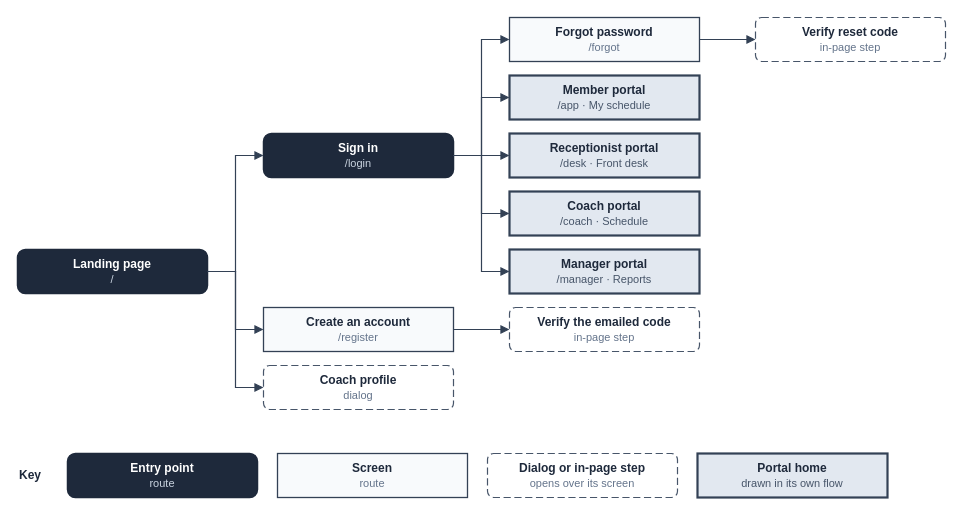
Earlier version of the draw.io diagram docs/diagrams/srs/24-sf-public.drawio (facingshootingstar/Arena3). Source tidied: cells renumbered, new cells numbered last; positions are measured from the earlier drawing's top-left corner, leaving out a move shared by most shapes. Both pictures are drawn from the tidied source at 100%, with x=0, y=0 at pixel (17, 17).
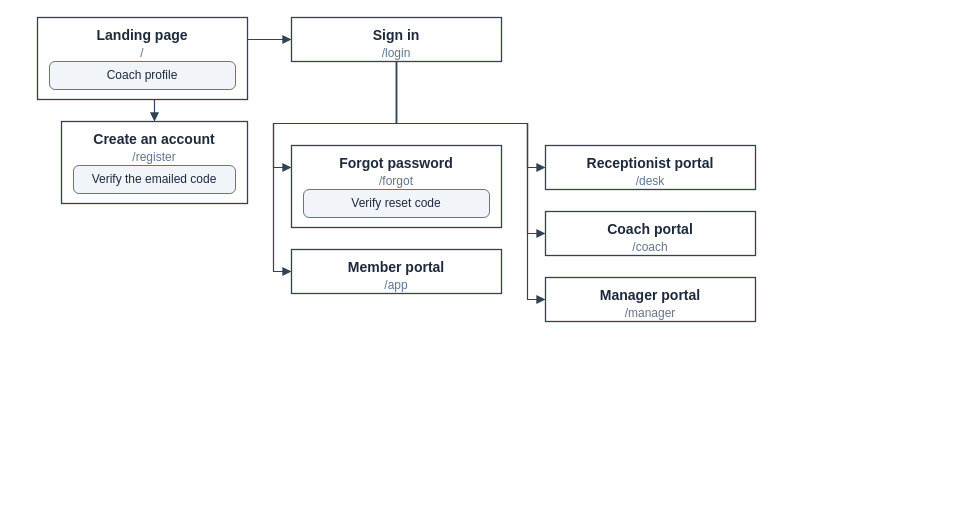
Above is the later version.

The edit, as a diff of the source:
```diff
@@
-    <mxCell id="2" value="&lt;b&gt;Landing page&lt;/b&gt;&lt;br&gt;&lt;font style=&quot;font-size:11px&quot; color=&quot;#cbd5e1&quot;&gt;/&lt;/font&gt;" style="rounded=1;arcSize=18;fillColor=#1e293b;strokeColor=#1e293b;strokeWidth=1.5;whiteSpace=wrap;html=1;fontFamily=Helvetica;fontSize=12;fontColor=#1e293b;fontColor=#ffffff;" parent="1" vertex="1">
-      <mxGeometry y="232" width="190" height="44" as="geometry" />
+    <mxCell id="2" value="&lt;b&gt;Landing page&lt;/b&gt;&lt;br&gt;&lt;font style=&quot;font-size:12px&quot; color=&quot;#64748b&quot;&gt;/&lt;/font&gt;" style="rounded=0;whiteSpace=wrap;html=1;verticalAlign=top;spacingTop=3;fillColor=#ffffff;strokeColor=#334155;strokeWidth=1.3;fontFamily=Helvetica;fontSize=14;fontColor=#1e293b;" parent="1" vertex="1">
+      <mxGeometry x="20" width="210" height="82" as="geometry" />
     </mxCell>
+    <mxCell id="28" value="Coach profile" style="rounded=1;arcSize=20;whiteSpace=wrap;html=1;fillColor=#f1f5f9;strokeColor=#64748b;strokeWidth=1;fontFamily=Helvetica;fontSize=12;fontColor=#1e293b;" parent="2" vertex="1">
+      <mxGeometry x="12" y="44" width="186" height="28" as="geometry" />
+    </mxCell>
+    <mxCell id="17" value="&lt;b&gt;Create an account&lt;/b&gt;&lt;br&gt;&lt;font style=&quot;font-size:12px&quot; color=&quot;#64748b&quot;&gt;/register&lt;/font&gt;" style="rounded=0;whiteSpace=wrap;html=1;verticalAlign=top;spacingTop=3;fillColor=#ffffff;strokeColor=#334155;strokeWidth=1.3;fontFamily=Helvetica;fontSize=14;fontColor=#1e293b;" parent="1" vertex="1">
+      <mxGeometry x="44" y="104" width="186" height="82" as="geometry" />
+    </mxCell>
+    <mxCell id="29" value="Verify the emailed code" style="rounded=1;arcSize=20;whiteSpace=wrap;html=1;fillColor=#f1f5f9;strokeColor=#64748b;strokeWidth=1;fontFamily=Helvetica;fontSize=12;fontColor=#1e293b;" parent="17" vertex="1">
+      <mxGeometry x="12" y="44" width="162" height="28" as="geometry" />
+    </mxCell>
+    <mxCell id="20" style="html=1;rounded=0;edgeStyle=none;endArrow=block;endFill=1;endSize=6;strokeColor=#334155;strokeWidth=1.2;exitX=0.5571;exitY=1.0000;exitDx=0;exitDy=0;exitPerimeter=0;entryX=0.5000;entryY=0.0000;entryDx=0;entryDy=0;entryPerimeter=0;" parent="1" edge="1" source="2" target="17">
+      <mxGeometry relative="1" as="geometry" />
+    </mxCell>
-    <mxCell id="3" value="&lt;b&gt;Sign in&lt;/b&gt;&lt;br&gt;&lt;font style=&quot;font-size:11px&quot; color=&quot;#cbd5e1&quot;&gt;/login&lt;/font&gt;" style="rounded=1;arcSize=18;fillColor=#1e293b;strokeColor=#1e293b;strokeWidth=1.5;whiteSpace=wrap;html=1;fontFamily=Helvetica;fontSize=12;fontColor=#1e293b;fontColor=#ffffff;" parent="1" vertex="1">
-      <mxGeometry x="246" y="116" width="190" height="44" as="geometry" />
+    <mxCell id="3" value="&lt;b&gt;Sign in&lt;/b&gt;&lt;br&gt;&lt;font style=&quot;font-size:12px&quot; color=&quot;#64748b&quot;&gt;/login&lt;/font&gt;" style="rounded=0;whiteSpace=wrap;html=1;verticalAlign=top;spacingTop=3;fillColor=#ffffff;strokeColor=#334155;strokeWidth=1.3;fontFamily=Helvetica;fontSize=14;fontColor=#1e293b;" parent="1" vertex="1">
+      <mxGeometry x="274" width="210" height="44" as="geometry" />
     </mxCell>
+    <mxCell id="16" style="html=1;rounded=0;edgeStyle=none;endArrow=block;endFill=1;endSize=6;strokeColor=#334155;strokeWidth=1.2;exitX=1.0000;exitY=0.2683;exitDx=0;exitDy=0;exitPerimeter=0;entryX=0.0000;entryY=0.5000;entryDx=0;entryDy=0;entryPerimeter=0;" parent="1" edge="1" source="2" target="3">
+      <mxGeometry relative="1" as="geometry" />
+    </mxCell>
-    <mxCell id="4" value="&lt;b&gt;Forgot password&lt;/b&gt;&lt;br&gt;&lt;font style=&quot;font-size:11px&quot; color=&quot;#64748b&quot;&gt;/forgot&lt;/font&gt;" style="rounded=0;fillColor=#f8fafc;strokeColor=#334155;strokeWidth=1.3;whiteSpace=wrap;html=1;fontFamily=Helvetica;fontSize=12;fontColor=#1e293b;" parent="1" vertex="1">
-      <mxGeometry x="492" width="190" height="44" as="geometry" />
+    <mxCell id="4" value="&lt;b&gt;Forgot password&lt;/b&gt;&lt;br&gt;&lt;font style=&quot;font-size:12px&quot; color=&quot;#64748b&quot;&gt;/forgot&lt;/font&gt;" style="rounded=0;whiteSpace=wrap;html=1;verticalAlign=top;spacingTop=3;fillColor=#ffffff;strokeColor=#334155;strokeWidth=1.3;fontFamily=Helvetica;fontSize=14;fontColor=#1e293b;" parent="1" vertex="1">
+      <mxGeometry x="274" y="128" width="210" height="82" as="geometry" />
     </mxCell>
-    <mxCell id="5" value="&lt;b&gt;Verify reset code&lt;/b&gt;&lt;br&gt;&lt;font style=&quot;font-size:11px&quot; color=&quot;#64748b&quot;&gt;in-page step&lt;/font&gt;" style="rounded=1;arcSize=14;dashed=1;dashPattern=6 3;fillColor=#ffffff;strokeColor=#475569;strokeWidth=1.2;whiteSpace=wrap;html=1;fontFamily=Helvetica;fontSize=12;fontColor=#1e293b;" parent="1" vertex="1">
-      <mxGeometry x="738" width="190" height="44" as="geometry" />
-    </mxCell>
-    <mxCell id="6" style="html=1;rounded=0;edgeStyle=none;endArrow=block;endFill=1;endSize=6;strokeColor=#334155;strokeWidth=1.2;exitX=1.0000;exitY=0.5000;exitDx=0;exitDy=0;exitPerimeter=0;entryX=0.0000;entryY=0.5000;entryDx=0;entryDy=0;entryPerimeter=0;" parent="1" edge="1" source="4" target="5">
-      <mxGeometry relative="1" as="geometry" />
-    </mxCell>
+    <mxCell id="30" value="Verify reset code" style="rounded=1;arcSize=20;whiteSpace=wrap;html=1;fillColor=#f1f5f9;strokeColor=#64748b;strokeWidth=1;fontFamily=Helvetica;fontSize=12;fontColor=#1e293b;" parent="4" vertex="1">
+      <mxGeometry x="12" y="44" width="186" height="28" as="geometry" />
+    </mxCell>
-    <mxCell id="7" style="html=1;rounded=0;edgeStyle=none;endArrow=block;endFill=1;endSize=6;strokeColor=#334155;strokeWidth=1.2;exitX=1.0000;exitY=0.5000;exitDx=0;exitDy=0;exitPerimeter=0;entryX=0.0000;entryY=0.5000;entryDx=0;entryDy=0;entryPerimeter=0;" parent="1" edge="1" source="3" target="4">
+    <mxCell id="7" style="html=1;rounded=0;edgeStyle=none;endArrow=block;endFill=1;endSize=6;strokeColor=#334155;strokeWidth=1.2;exitX=0.5000;exitY=1.0000;exitDx=0;exitDy=0;exitPerimeter=0;entryX=0.0000;entryY=0.2683;entryDx=0;entryDy=0;entryPerimeter=0;" parent="1" edge="1" source="3" target="4">
       <mxGeometry relative="1" as="geometry">
         <Array as="points">
-          <mxPoint x="464" y="138" />
-          <mxPoint x="464" y="22" />
+          <mxPoint x="379" y="106" />
+          <mxPoint x="256" y="106" />
+          <mxPoint x="256" y="150" />
         </Array>
       </mxGeometry>
     </mxCell>
-    <mxCell id="8" value="&lt;b&gt;Member portal&lt;/b&gt;&lt;br&gt;&lt;font style=&quot;font-size:11px&quot; color=&quot;#475569&quot;&gt;/app · My schedule&lt;/font&gt;" style="rounded=0;fillColor=#e2e8f0;strokeColor=#334155;strokeWidth=2.2;whiteSpace=wrap;html=1;fontFamily=Helvetica;fontSize=12;fontColor=#1e293b;" parent="1" vertex="1">
-      <mxGeometry x="492" y="58" width="190" height="44" as="geometry" />
-    </mxCell>
-    <mxCell id="9" style="html=1;rounded=0;edgeStyle=none;endArrow=block;endFill=1;endSize=6;strokeColor=#334155;strokeWidth=1.2;exitX=1.0000;exitY=0.5000;exitDx=0;exitDy=0;exitPerimeter=0;entryX=0.0000;entryY=0.5000;entryDx=0;entryDy=0;entryPerimeter=0;" parent="1" edge="1" source="3" target="8">
-      <mxGeometry relative="1" as="geometry">
-        <Array as="points">
-          <mxPoint x="464" y="138" />
-          <mxPoint x="464" y="80" />
-        </Array>
-      </mxGeometry>
-    </mxCell>
-    <mxCell id="10" value="&lt;b&gt;Receptionist portal&lt;/b&gt;&lt;br&gt;&lt;font style=&quot;font-size:11px&quot; color=&quot;#475569&quot;&gt;/desk · Front desk&lt;/font&gt;" style="rounded=0;fillColor=#e2e8f0;strokeColor=#334155;strokeWidth=2.2;whiteSpace=wrap;html=1;fontFamily=Helvetica;fontSize=12;fontColor=#1e293b;" parent="1" vertex="1">
-      <mxGeometry x="492" y="116" width="190" height="44" as="geometry" />
-    </mxCell>
-    <mxCell id="11" style="html=1;rounded=0;edgeStyle=none;endArrow=block;endFill=1;endSize=6;strokeColor=#334155;strokeWidth=1.2;exitX=1.0000;exitY=0.5000;exitDx=0;exitDy=0;exitPerimeter=0;entryX=0.0000;entryY=0.5000;entryDx=0;entryDy=0;entryPerimeter=0;" parent="1" edge="1" source="3" target="10">
-      <mxGeometry relative="1" as="geometry" />
-    </mxCell>
-    <mxCell id="12" value="&lt;b&gt;Coach portal&lt;/b&gt;&lt;br&gt;&lt;font style=&quot;font-size:11px&quot; color=&quot;#475569&quot;&gt;/coach · Schedule&lt;/font&gt;" style="rounded=0;fillColor=#e2e8f0;strokeColor=#334155;strokeWidth=2.2;whiteSpace=wrap;html=1;fontFamily=Helvetica;fontSize=12;fontColor=#1e293b;" parent="1" vertex="1">
-      <mxGeometry x="492" y="174" width="190" height="44" as="geometry" />
-    </mxCell>
-    <mxCell id="13" style="html=1;rounded=0;edgeStyle=none;endArrow=block;endFill=1;endSize=6;strokeColor=#334155;strokeWidth=1.2;exitX=1.0000;exitY=0.5000;exitDx=0;exitDy=0;exitPerimeter=0;entryX=0.0000;entryY=0.5000;entryDx=0;entryDy=0;entryPerimeter=0;" parent="1" edge="1" source="3" target="12">
-      <mxGeometry relative="1" as="geometry">
-        <Array as="points">
-          <mxPoint x="464" y="138" />
-          <mxPoint x="464" y="196" />
-        </Array>
-      </mxGeometry>
-    </mxCell>
-    <mxCell id="14" value="&lt;b&gt;Manager portal&lt;/b&gt;&lt;br&gt;&lt;font style=&quot;font-size:11px&quot; color=&quot;#475569&quot;&gt;/manager · Reports&lt;/font&gt;" style="rounded=0;fillColor=#e2e8f0;strokeColor=#334155;strokeWidth=2.2;whiteSpace=wrap;html=1;fontFamily=Helvetica;fontSize=12;fontColor=#1e293b;" parent="1" vertex="1">
-      <mxGeometry x="492" y="232" width="190" height="44" as="geometry" />
-    </mxCell>
-    <mxCell id="15" style="html=1;rounded=0;edgeStyle=none;endArrow=block;endFill=1;endSize=6;strokeColor=#334155;strokeWidth=1.2;exitX=1.0000;exitY=0.5000;exitDx=0;exitDy=0;exitPerimeter=0;entryX=0.0000;entryY=0.5000;entryDx=0;entryDy=0;entryPerimeter=0;" parent="1" edge="1" source="3" target="14">
-      <mxGeometry relative="1" as="geometry">
-        <Array as="points">
-          <mxPoint x="464" y="138" />
-          <mxPoint x="464" y="254" />
-        </Array>
-      </mxGeometry>
-    </mxCell>
-    <mxCell id="16" style="html=1;rounded=0;edgeStyle=none;endArrow=block;endFill=1;endSize=6;strokeColor=#334155;strokeWidth=1.2;exitX=1.0000;exitY=0.5000;exitDx=0;exitDy=0;exitPerimeter=0;entryX=0.0000;entryY=0.5000;entryDx=0;entryDy=0;entryPerimeter=0;" parent="1" edge="1" source="2" target="3">
-      <mxGeometry relative="1" as="geometry">
-        <Array as="points">
-          <mxPoint x="218" y="254" />
-          <mxPoint x="218" y="138" />
-        </Array>
-      </mxGeometry>
-    </mxCell>
-    <mxCell id="17" value="&lt;b&gt;Create an account&lt;/b&gt;&lt;br&gt;&lt;font style=&quot;font-size:11px&quot; color=&quot;#64748b&quot;&gt;/register&lt;/font&gt;" style="rounded=0;fillColor=#f8fafc;strokeColor=#334155;strokeWidth=1.3;whiteSpace=wrap;html=1;fontFamily=Helvetica;fontSize=12;fontColor=#1e293b;" parent="1" vertex="1">
-      <mxGeometry x="246" y="290" width="190" height="44" as="geometry" />
-    </mxCell>
-    <mxCell id="18" value="&lt;b&gt;Verify the emailed code&lt;/b&gt;&lt;br&gt;&lt;font style=&quot;font-size:11px&quot; color=&quot;#64748b&quot;&gt;in-page step&lt;/font&gt;" style="rounded=1;arcSize=14;dashed=1;dashPattern=6 3;fillColor=#ffffff;strokeColor=#475569;strokeWidth=1.2;whiteSpace=wrap;html=1;fontFamily=Helvetica;fontSize=12;fontColor=#1e293b;" parent="1" vertex="1">
-      <mxGeometry x="492" y="290" width="190" height="44" as="geometry" />
-    </mxCell>
-    <mxCell id="19" style="html=1;rounded=0;edgeStyle=none;endArrow=block;endFill=1;endSize=6;strokeColor=#334155;strokeWidth=1.2;exitX=1.0000;exitY=0.5000;exitDx=0;exitDy=0;exitPerimeter=0;entryX=0.0000;entryY=0.5000;entryDx=0;entryDy=0;entryPerimeter=0;" parent="1" edge="1" source="17" target="18">
-      <mxGeometry relative="1" as="geometry" />
-    </mxCell>
-    <mxCell id="20" style="html=1;rounded=0;edgeStyle=none;endArrow=block;endFill=1;endSize=6;strokeColor=#334155;strokeWidth=1.2;exitX=1.0000;exitY=0.5000;exitDx=0;exitDy=0;exitPerimeter=0;entryX=0.0000;entryY=0.5000;entryDx=0;entryDy=0;entryPerimeter=0;" parent="1" edge="1" source="2" target="17">
-      <mxGeometry relative="1" as="geometry">
-        <Array as="points">
-          <mxPoint x="218" y="254" />
-          <mxPoint x="218" y="312" />
-        </Array>
-      </mxGeometry>
-    </mxCell>
-    <mxCell id="21" value="&lt;b&gt;Coach profile&lt;/b&gt;&lt;br&gt;&lt;font style=&quot;font-size:11px&quot; color=&quot;#64748b&quot;&gt;dialog&lt;/font&gt;" style="rounded=1;arcSize=14;dashed=1;dashPattern=6 3;fillColor=#ffffff;strokeColor=#475569;strokeWidth=1.2;whiteSpace=wrap;html=1;fontFamily=Helvetica;fontSize=12;fontColor=#1e293b;" parent="1" vertex="1">
-      <mxGeometry x="246" y="348" width="190" height="44" as="geometry" />
-    </mxCell>
-    <mxCell id="22" style="html=1;rounded=0;edgeStyle=none;endArrow=block;endFill=1;endSize=6;strokeColor=#334155;strokeWidth=1.2;exitX=1.0000;exitY=0.5000;exitDx=0;exitDy=0;exitPerimeter=0;entryX=0.0000;entryY=0.5000;entryDx=0;entryDy=0;entryPerimeter=0;" parent="1" edge="1" source="2" target="21">
-      <mxGeometry relative="1" as="geometry">
-        <Array as="points">
-          <mxPoint x="218" y="254" />
-          <mxPoint x="218" y="370" />
-        </Array>
-      </mxGeometry>
-    </mxCell>
-    <mxCell id="23" value="Key" style="text;html=1;align=left;verticalAlign=middle;fontFamily=Helvetica;fontSize=12;fontColor=#1e293b;fontStyle=1;" parent="1" vertex="1">
-      <mxGeometry y="443" width="40" height="30" as="geometry" />
-    </mxCell>
-    <mxCell id="24" value="&lt;b&gt;Entry point&lt;/b&gt;&lt;br&gt;&lt;font style=&quot;font-size:11px&quot; color=&quot;#cbd5e1&quot;&gt;route&lt;/font&gt;" style="rounded=1;arcSize=18;fillColor=#1e293b;strokeColor=#1e293b;strokeWidth=1.5;whiteSpace=wrap;html=1;fontFamily=Helvetica;fontSize=12;fontColor=#1e293b;fontColor=#ffffff;" parent="1" vertex="1">
-      <mxGeometry x="50" y="436" width="190" height="44" as="geometry" />
-    </mxCell>
-    <mxCell id="25" value="&lt;b&gt;Screen&lt;/b&gt;&lt;br&gt;&lt;font style=&quot;font-size:11px&quot; color=&quot;#64748b&quot;&gt;route&lt;/font&gt;" style="rounded=0;fillColor=#f8fafc;strokeColor=#334155;strokeWidth=1.3;whiteSpace=wrap;html=1;fontFamily=Helvetica;fontSize=12;fontColor=#1e293b;" parent="1" vertex="1">
-      <mxGeometry x="260" y="436" width="190" height="44" as="geometry" />
-    </mxCell>
-    <mxCell id="26" value="&lt;b&gt;Dialog or in-page step&lt;/b&gt;&lt;br&gt;&lt;font style=&quot;font-size:11px&quot; color=&quot;#64748b&quot;&gt;opens over its screen&lt;/font&gt;" style="rounded=1;arcSize=14;dashed=1;dashPattern=6 3;fillColor=#ffffff;strokeColor=#475569;strokeWidth=1.2;whiteSpace=wrap;html=1;fontFamily=Helvetica;fontSize=12;fontColor=#1e293b;" parent="1" vertex="1">
-      <mxGeometry x="470" y="436" width="190" height="44" as="geometry" />
-    </mxCell>
-    <mxCell id="27" value="&lt;b&gt;Portal home&lt;/b&gt;&lt;br&gt;&lt;font style=&quot;font-size:11px&quot; color=&quot;#475569&quot;&gt;drawn in its own flow&lt;/font&gt;" style="rounded=0;fillColor=#e2e8f0;strokeColor=#334155;strokeWidth=2.2;whiteSpace=wrap;html=1;fontFamily=Helvetica;fontSize=12;fontColor=#1e293b;" parent="1" vertex="1">
-      <mxGeometry x="680" y="436" width="190" height="44" as="geometry" />
-    </mxCell>
+    <mxCell id="31" value="&lt;b&gt;Member portal&lt;/b&gt;&lt;br&gt;&lt;font style=&quot;font-size:12px&quot; color=&quot;#64748b&quot;&gt;/app&lt;/font&gt;" style="rounded=0;whiteSpace=wrap;html=1;verticalAlign=top;spacingTop=3;fillColor=#ffffff;strokeColor=#334155;strokeWidth=1.3;fontFamily=Helvetica;fontSize=14;fontColor=#1e293b;" parent="1" vertex="1">
+      <mxGeometry x="274" y="232" width="210" height="44" as="geometry" />
+    </mxCell>
+    <mxCell id="32" style="html=1;rounded=0;edgeStyle=none;endArrow=block;endFill=1;endSize=6;strokeColor=#334155;strokeWidth=1.2;exitX=0.5000;exitY=1.0000;exitDx=0;exitDy=0;exitPerimeter=0;entryX=0.0000;entryY=0.5000;entryDx=0;entryDy=0;entryPerimeter=0;" parent="1" edge="1" source="3" target="31">
+      <mxGeometry relative="1" as="geometry">
+        <Array as="points">
+          <mxPoint x="379" y="106" />
+          <mxPoint x="256" y="106" />
+          <mxPoint x="256" y="254" />
+        </Array>
+      </mxGeometry>
+    </mxCell>
+    <mxCell id="33" value="&lt;b&gt;Receptionist portal&lt;/b&gt;&lt;br&gt;&lt;font style=&quot;font-size:12px&quot; color=&quot;#64748b&quot;&gt;/desk&lt;/font&gt;" style="rounded=0;whiteSpace=wrap;html=1;verticalAlign=top;spacingTop=3;fillColor=#ffffff;strokeColor=#334155;strokeWidth=1.3;fontFamily=Helvetica;fontSize=14;fontColor=#1e293b;" parent="1" vertex="1">
+      <mxGeometry x="528" y="128" width="210" height="44" as="geometry" />
+    </mxCell>
+    <mxCell id="34" style="html=1;rounded=0;edgeStyle=none;endArrow=block;endFill=1;endSize=6;strokeColor=#334155;strokeWidth=1.2;exitX=0.5000;exitY=1.0000;exitDx=0;exitDy=0;exitPerimeter=0;entryX=0.0000;entryY=0.5000;entryDx=0;entryDy=0;entryPerimeter=0;" parent="1" edge="1" source="3" target="33">
+      <mxGeometry relative="1" as="geometry">
+        <Array as="points">
+          <mxPoint x="379" y="106" />
+          <mxPoint x="510" y="106" />
+          <mxPoint x="510" y="150" />
+        </Array>
+      </mxGeometry>
+    </mxCell>
+    <mxCell id="35" value="&lt;b&gt;Coach portal&lt;/b&gt;&lt;br&gt;&lt;font style=&quot;font-size:12px&quot; color=&quot;#64748b&quot;&gt;/coach&lt;/font&gt;" style="rounded=0;whiteSpace=wrap;html=1;verticalAlign=top;spacingTop=3;fillColor=#ffffff;strokeColor=#334155;strokeWidth=1.3;fontFamily=Helvetica;fontSize=14;fontColor=#1e293b;" parent="1" vertex="1">
+      <mxGeometry x="528" y="194" width="210" height="44" as="geometry" />
+    </mxCell>
+    <mxCell id="36" style="html=1;rounded=0;edgeStyle=none;endArrow=block;endFill=1;endSize=6;strokeColor=#334155;strokeWidth=1.2;exitX=0.5000;exitY=1.0000;exitDx=0;exitDy=0;exitPerimeter=0;entryX=0.0000;entryY=0.5000;entryDx=0;entryDy=0;entryPerimeter=0;" parent="1" edge="1" source="3" target="35">
+      <mxGeometry relative="1" as="geometry">
+        <Array as="points">
+          <mxPoint x="379" y="106" />
+          <mxPoint x="510" y="106" />
+          <mxPoint x="510" y="216" />
+        </Array>
+      </mxGeometry>
+    </mxCell>
+    <mxCell id="37" value="&lt;b&gt;Manager portal&lt;/b&gt;&lt;br&gt;&lt;font style=&quot;font-size:12px&quot; color=&quot;#64748b&quot;&gt;/manager&lt;/font&gt;" style="rounded=0;whiteSpace=wrap;html=1;verticalAlign=top;spacingTop=3;fillColor=#ffffff;strokeColor=#334155;strokeWidth=1.3;fontFamily=Helvetica;fontSize=14;fontColor=#1e293b;" parent="1" vertex="1">
+      <mxGeometry x="528" y="260" width="210" height="44" as="geometry" />
+    </mxCell>
+    <mxCell id="38" style="html=1;rounded=0;edgeStyle=none;endArrow=block;endFill=1;endSize=6;strokeColor=#334155;strokeWidth=1.2;exitX=0.5000;exitY=1.0000;exitDx=0;exitDy=0;exitPerimeter=0;entryX=0.0000;entryY=0.5000;entryDx=0;entryDy=0;entryPerimeter=0;" parent="1" edge="1" source="3" target="37">
+      <mxGeometry relative="1" as="geometry">
+        <Array as="points">
+          <mxPoint x="379" y="106" />
+          <mxPoint x="510" y="106" />
+          <mxPoint x="510" y="282" />
+        </Array>
+      </mxGeometry>
+    </mxCell>
```
